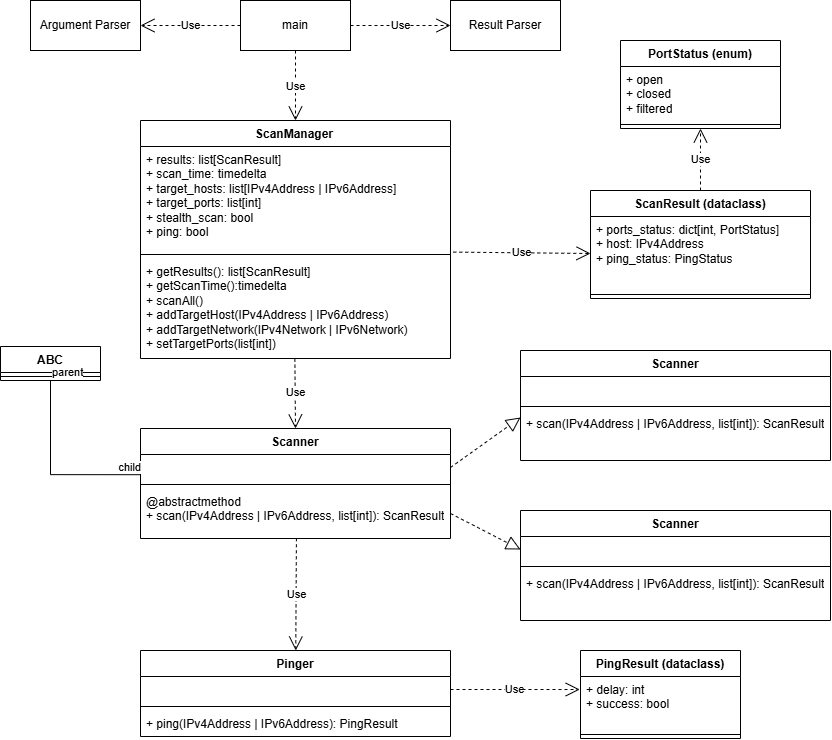
The draw.io diagram docs/classes.png in subitohoff/PortScaner, before a commit. Source tidied: cells renumbered, new cells last; positions are measured from the earlier drawing's top-left corner, leaving out a move shared by most shapes.
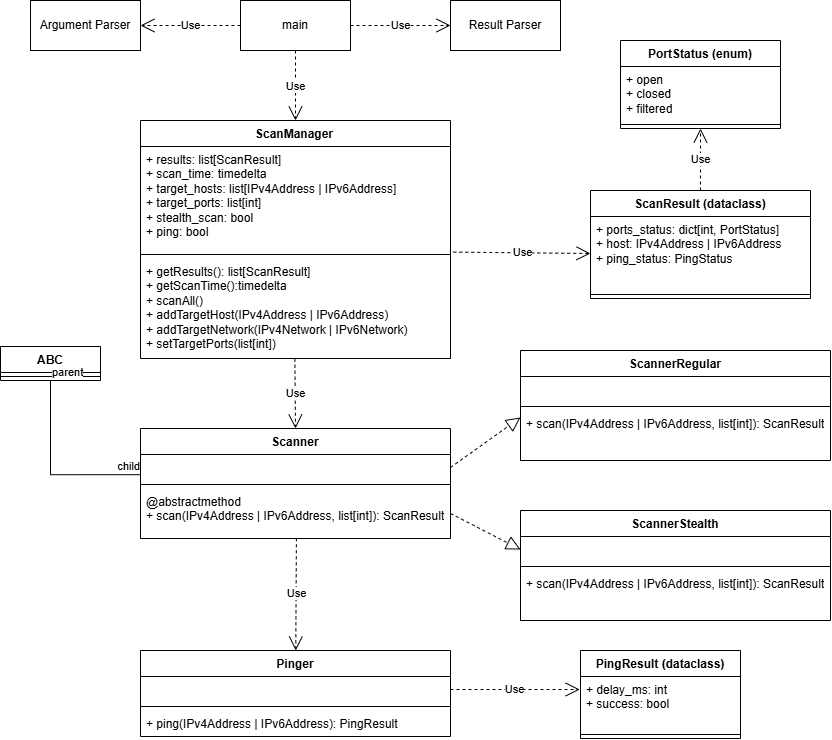
Above is the later version.

Commit message:
Update class diagram

What changed in the source:
```diff
@@ -84,7 +84,7 @@
     <mxCell id="27" value="+ ping(IPv4Address | IPv6Address): PingResult" style="text;strokeColor=none;fillColor=none;align=left;verticalAlign=top;spacingLeft=4;spacingRight=4;overflow=hidden;whiteSpace=wrap;html=1;" parent="24" vertex="1">
       <mxGeometry y="60" width="310" height="26" as="geometry" />
     </mxCell>
-    <mxCell id="28" value="Scanner" style="swimlane;fontStyle=1;align=center;verticalAlign=top;horizontal=1;startSize=26;whiteSpace=wrap;html=1;" parent="1" vertex="1">
+    <mxCell id="28" value="ScannerStealth" style="swimlane;fontStyle=1;align=center;verticalAlign=top;horizontal=1;startSize=26;whiteSpace=wrap;html=1;" parent="1" vertex="1">
       <mxGeometry x="520" y="510" width="310" height="110" as="geometry" />
     </mxCell>
     <mxCell id="29" value="&amp;nbsp;" style="text;strokeColor=none;fillColor=none;align=left;verticalAlign=top;spacingLeft=4;spacingRight=4;overflow=hidden;whiteSpace=wrap;html=1;" parent="28" vertex="1">
@@ -96,7 +96,7 @@
     <mxCell id="31" value="&lt;div&gt;&lt;span style=&quot;background-color: transparent; color: light-dark(rgb(0, 0, 0), rgb(255, 255, 255));&quot;&gt;+ scan(IPv4Address | IPv6Address, list[int]): ScanResult&lt;/span&gt;&lt;/div&gt;" style="text;strokeColor=none;fillColor=none;align=left;verticalAlign=top;spacingLeft=4;spacingRight=4;overflow=hidden;whiteSpace=wrap;html=1;" parent="28" vertex="1">
       <mxGeometry y="60" width="310" height="50" as="geometry" />
     </mxCell>
-    <mxCell id="32" value="Scanner" style="swimlane;fontStyle=1;align=center;verticalAlign=top;horizontal=1;startSize=26;whiteSpace=wrap;html=1;" parent="1" vertex="1">
+    <mxCell id="32" value="ScannerRegular" style="swimlane;fontStyle=1;align=center;verticalAlign=top;horizontal=1;startSize=26;whiteSpace=wrap;html=1;" parent="1" vertex="1">
       <mxGeometry x="520" y="350" width="310" height="110" as="geometry" />
     </mxCell>
     <mxCell id="33" value="&amp;nbsp;" style="text;strokeColor=none;fillColor=none;align=left;verticalAlign=top;spacingLeft=4;spacingRight=4;overflow=hidden;whiteSpace=wrap;html=1;" parent="32" vertex="1">
@@ -114,7 +114,7 @@
     <mxCell id="37" value="PingResult (dataclass)" style="swimlane;fontStyle=1;align=center;verticalAlign=top;horizontal=1;startSize=26;whiteSpace=wrap;html=1;" parent="1" vertex="1">
       <mxGeometry x="580" y="650" width="160" height="88" as="geometry" />
     </mxCell>
-    <mxCell id="38" value="+ delay: int&lt;div&gt;+ success: bool&lt;/div&gt;" style="text;strokeColor=none;fillColor=none;align=left;verticalAlign=top;spacingLeft=4;spacingRight=4;overflow=hidden;points=[[0,0.5],[1,0.5]];portConstraint=eastwest;whiteSpace=wrap;html=1;" parent="37" vertex="1">
+    <mxCell id="38" value="+ delay_ms: int&lt;div&gt;+ success: bool&lt;/div&gt;" style="text;strokeColor=none;fillColor=none;align=left;verticalAlign=top;spacingLeft=4;spacingRight=4;overflow=hidden;points=[[0,0.5],[1,0.5]];portConstraint=eastwest;whiteSpace=wrap;html=1;" parent="37" vertex="1">
       <mxGeometry y="26" width="160" height="54" as="geometry" />
     </mxCell>
     <mxCell id="39" style="line;strokeWidth=1;fillColor=none;align=left;verticalAlign=middle;spacingTop=-1;spacingLeft=3;spacingRight=3;labelPosition=right;strokeColor=inherit;" parent="37" vertex="1">
@@ -126,7 +126,7 @@
     <mxCell id="41" value="ScanResult (dataclass)" style="swimlane;fontStyle=1;align=center;verticalAlign=top;horizontal=1;startSize=26;whiteSpace=wrap;html=1;" parent="1" vertex="1">
       <mxGeometry x="590" y="190" width="220" height="108" as="geometry" />
     </mxCell>
-    <mxCell id="42" value="+ ports_status: dict[int, PortStatus]&lt;div&gt;+ host: IPv4Address&lt;/div&gt;&lt;div&gt;+ ping_status: PingStatus&lt;/div&gt;" style="text;strokeColor=none;fillColor=none;align=left;verticalAlign=top;spacingLeft=4;spacingRight=4;overflow=hidden;points=[[0,0.5],[1,0.5]];portConstraint=eastwest;whiteSpace=wrap;html=1;" parent="41" vertex="1">
+    <mxCell id="42" value="+ ports_status: dict[int, PortStatus]&lt;div&gt;+ host: IPv4Address | IPv6Address&lt;/div&gt;&lt;div&gt;+ ping_status: PingStatus&lt;/div&gt;" style="text;strokeColor=none;fillColor=none;align=left;verticalAlign=top;spacingLeft=4;spacingRight=4;overflow=hidden;points=[[0,0.5],[1,0.5]];portConstraint=eastwest;whiteSpace=wrap;html=1;" parent="41" vertex="1">
       <mxGeometry y="26" width="220" height="74" as="geometry" />
     </mxCell>
     <mxCell id="43" style="line;strokeWidth=1;fillColor=none;align=left;verticalAlign=middle;spacingTop=-1;spacingLeft=3;spacingRight=3;labelPosition=right;strokeColor=inherit;" parent="41" vertex="1">
```
